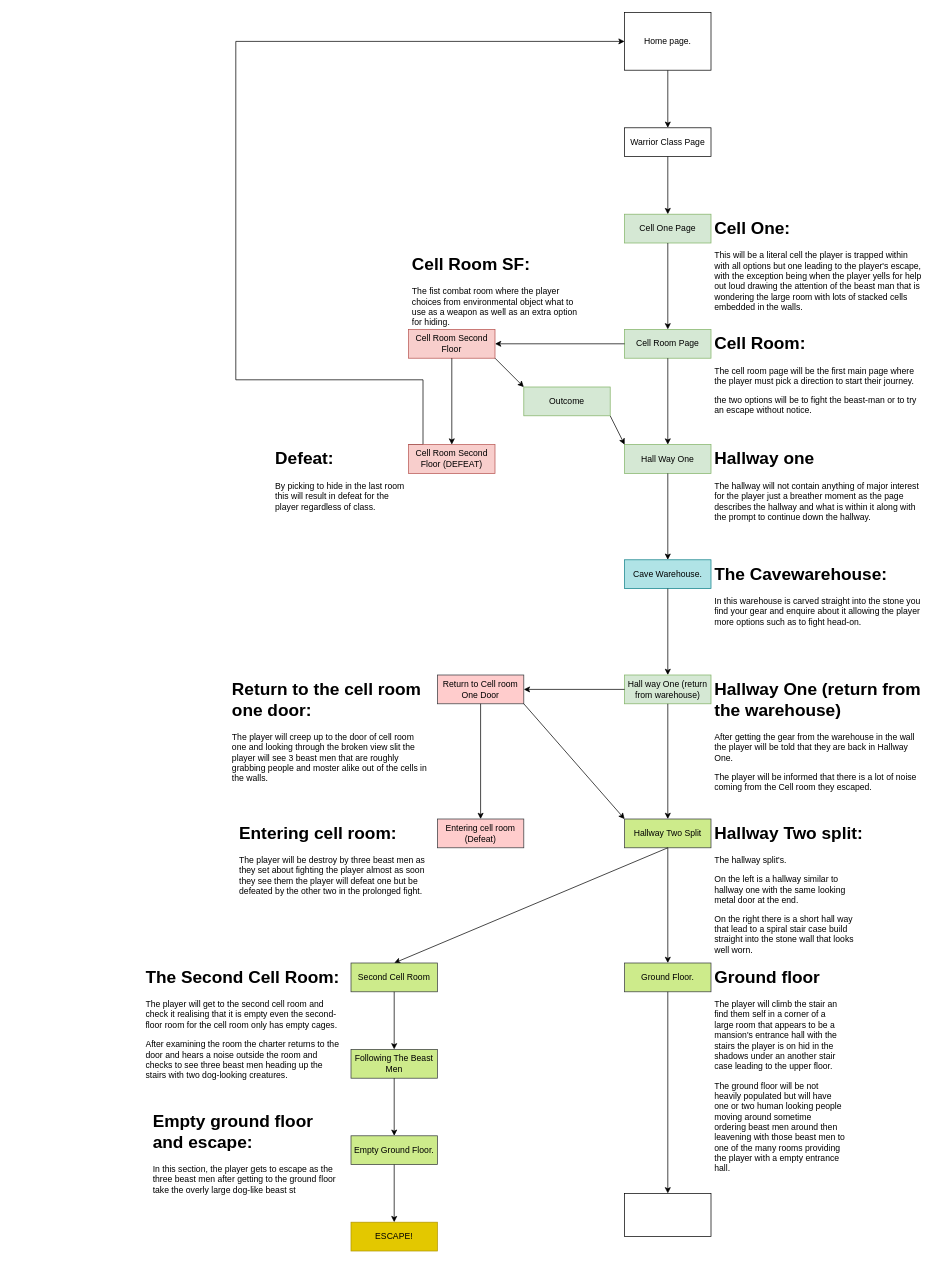
The draw.io diagram Page-Layout-Assessment1.drawio in andypandy31/Webtech-Assessment1, before the edit. Source tidied: cells renumbered, new cells numbered last; positions are measured from the earlier drawing's top-left corner, leaving out a move shared by most shapes. Both pictures are drawn from the tidied source at 72%, with x=0, y=0 at pixel (142, 12).
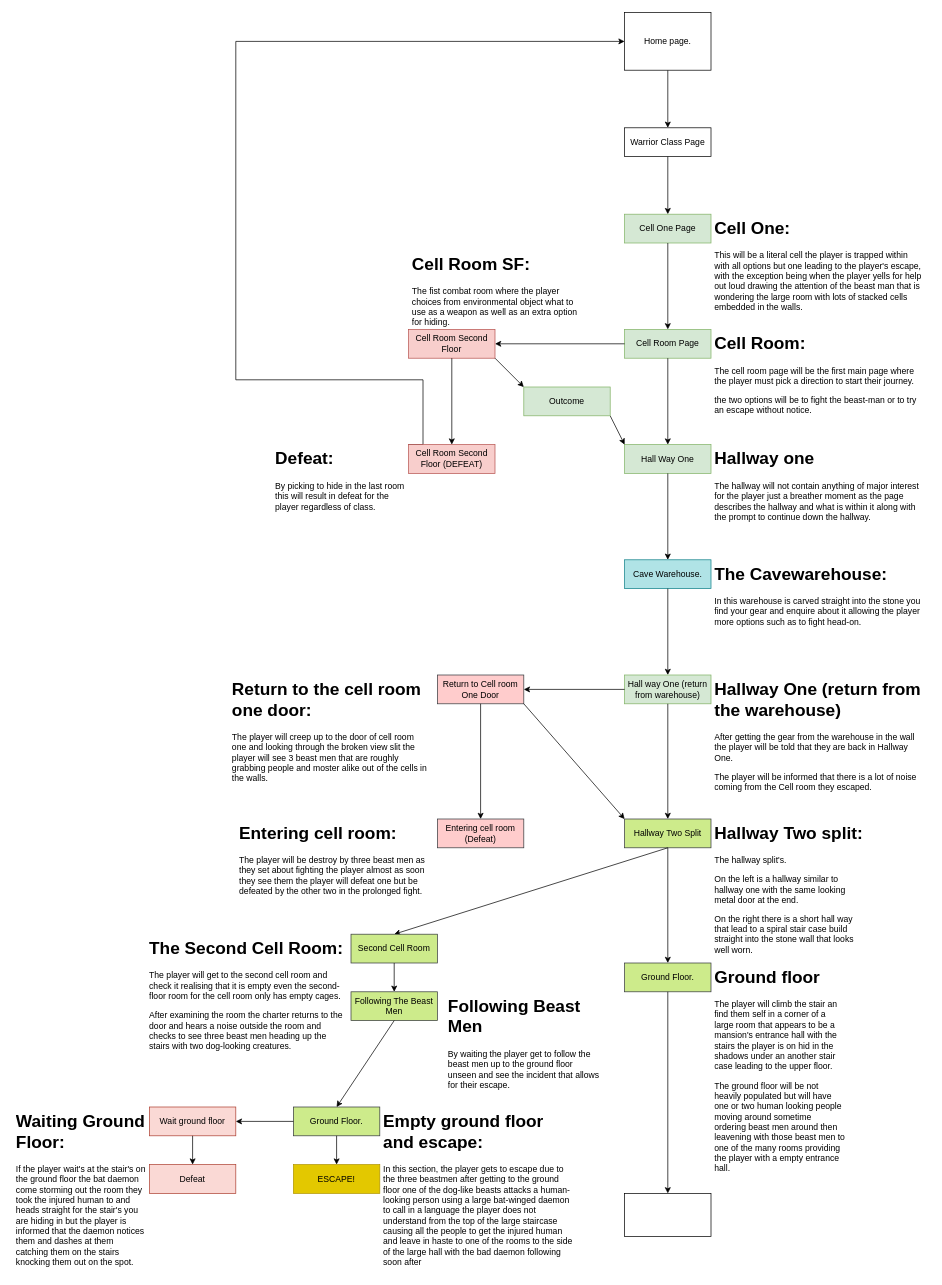
The same page after the edit.

Diff of the diagram source:
```diff
@@
     <mxCell id="41" value="Second Cell Room" style="rounded=0;whiteSpace=wrap;html=1;fillColor=#cdeb8b;strokeColor=#36393d;" parent="1" vertex="1">
-      <mxGeometry x="290" y="1320" width="120" height="40" as="geometry" />
+      <mxGeometry x="290" y="1280" width="120" height="40" as="geometry" />
     </mxCell>
@@
     <mxCell id="43" value="&lt;h1&gt;The Second Cell Room:&lt;/h1&gt;&lt;p&gt;The player will get to the second cell room and check it realising that it is empty even the second-floor room for the cell room only has empty cages&lt;span style=&quot;background-color: initial;&quot;&gt;.&lt;/span&gt;&lt;/p&gt;&lt;p&gt;&lt;span style=&quot;background-color: initial;&quot;&gt;After examining the room the charter returns to the door and hears a noise outside the room and checks to see three beast men heading up the stairs with two dog-looking creatures.&lt;/span&gt;&lt;/p&gt;" style="text;html=1;spacing=5;spacingTop=-20;whiteSpace=wrap;overflow=hidden;rounded=0;" parent="1" vertex="1">
-      <mxGeometry y="1320" width="280" height="170" as="geometry" />
+      <mxGeometry x="5" y="1280" width="280" height="170" as="geometry" />
     </mxCell>
@@
     <mxCell id="49" value="Following The Beast Men" style="rounded=0;whiteSpace=wrap;html=1;fillColor=#cdeb8b;strokeColor=#36393d;" parent="1" vertex="1">
-      <mxGeometry x="290" y="1440" width="120" height="40" as="geometry" />
+      <mxGeometry x="290" y="1360" width="120" height="40" as="geometry" />
     </mxCell>
-    <mxCell id="50" value="Empty Ground Floor." style="rounded=0;whiteSpace=wrap;html=1;fillColor=#cdeb8b;strokeColor=#36393d;" parent="1" vertex="1">
-      <mxGeometry x="290" y="1560" width="120" height="40" as="geometry" />
+    <mxCell id="50" value="Ground Floor." style="rounded=0;whiteSpace=wrap;html=1;fillColor=#cdeb8b;strokeColor=#36393d;" parent="1" vertex="1">
+      <mxGeometry x="210" y="1520" width="120" height="40" as="geometry" />
     </mxCell>
@@
-    <mxCell id="52" style="endArrow=classic;html=1;rounded=0;exitX=0.5;exitY=1;exitDx=0;exitDy=0;" parent="1" edge="1" source="50" target="53">
-      <mxGeometry relative="1" as="geometry" />
-    </mxCell>
     <mxCell id="53" value="ESCAPE!" style="rounded=0;whiteSpace=wrap;html=1;fillColor=#e3c800;fontColor=#000000;strokeColor=#B09500;" parent="1" vertex="1">
-      <mxGeometry x="290" y="1680" width="120" height="40" as="geometry" />
+      <mxGeometry x="210" y="1600" width="120" height="40" as="geometry" />
     </mxCell>
-    <mxCell id="54" value="&lt;h1&gt;Empty ground floor and escape:&lt;/h1&gt;&lt;p&gt;In this section, the player gets to escape as the three beast men after getting to the ground floor take the overly large dog-like beast st&amp;nbsp;&lt;/p&gt;" style="text;html=1;spacing=5;spacingTop=-20;whiteSpace=wrap;overflow=hidden;rounded=0;" parent="1" vertex="1">
-      <mxGeometry x="10" y="1520" width="270" height="180" as="geometry" />
+    <mxCell id="54" value="&lt;h1&gt;Empty ground floor and escape:&lt;/h1&gt;&lt;p&gt;In this section, the player gets to escape due to the three beastmen after getting to the ground floor one of the dog-like beasts attacks a human-looking person using a large bat-winged daemon to call in a language the player does not understand from the top of the large staircase causing all the people to get the injured human and leave in haste to one of the rooms to the side of the large hall with the bad daemon following soon after&lt;/p&gt;&lt;p&gt;&lt;br&gt;&lt;/p&gt;" style="text;html=1;spacing=5;spacingTop=-20;whiteSpace=wrap;overflow=hidden;rounded=0;" parent="1" vertex="1">
+      <mxGeometry x="330" y="1520" width="275" height="230" as="geometry" />
     </mxCell>
+    <mxCell id="55" value="Wait ground floor" style="rounded=0;whiteSpace=wrap;html=1;fillColor=#fad9d5;strokeColor=#ae4132;" parent="1" vertex="1">
+      <mxGeometry x="10" y="1520" width="120" height="40" as="geometry" />
+    </mxCell>
+    <mxCell id="52" style="endArrow=classic;html=1;rounded=0;exitX=0.5;exitY=1;exitDx=0;exitDy=0;entryX=0.5;entryY=0;entryDx=0;entryDy=0;" parent="1" edge="1" source="50" target="53">
+      <mxGeometry relative="1" as="geometry" />
+    </mxCell>
+    <mxCell id="56" value="Defeat" style="rounded=0;whiteSpace=wrap;html=1;fillColor=#fad9d5;strokeColor=#ae4132;" parent="1" vertex="1">
+      <mxGeometry x="10" y="1600" width="120" height="40" as="geometry" />
+    </mxCell>
+    <mxCell id="57" value="&lt;h1&gt;Waiting Ground Floor:&lt;/h1&gt;&lt;p&gt;If the player wait's at the stair's on the ground floor the bat daemon come storming out the room they took the injured human to and heads straight for the stair's you are hiding in but the player is informed that the daemon notices them and dashes at them catching them on the stairs knocking them out on the spot.&lt;/p&gt;" style="text;html=1;spacing=5;spacingTop=-20;whiteSpace=wrap;overflow=hidden;rounded=0;" parent="1" vertex="1">
+      <mxGeometry x="-180" y="1520" width="190" height="230" as="geometry" />
+    </mxCell>
+    <mxCell id="58" value="&lt;h1&gt;Following Beast Men&lt;/h1&gt;&lt;p&gt;By waiting the player get to follow the beast men up to the ground floor unseen and see the incident that allows for their escape.&lt;/p&gt;" style="text;html=1;spacing=5;spacingTop=-20;whiteSpace=wrap;overflow=hidden;rounded=0;" parent="1" vertex="1">
+      <mxGeometry x="420" y="1360" width="220" height="140" as="geometry" />
+    </mxCell>
+    <mxCell id="59" style="endArrow=classic;html=1;rounded=0;exitX=0;exitY=0.5;exitDx=0;exitDy=0;entryX=1;entryY=0.5;entryDx=0;entryDy=0;" parent="1" edge="1" source="50" target="55">
+      <mxGeometry relative="1" as="geometry" />
+    </mxCell>
+    <mxCell id="60" style="endArrow=classic;html=1;rounded=0;exitX=0.5;exitY=1;exitDx=0;exitDy=0;entryX=0.5;entryY=0;entryDx=0;entryDy=0;" parent="1" edge="1" source="55" target="56">
+      <mxGeometry relative="1" as="geometry" />
+    </mxCell>
```
